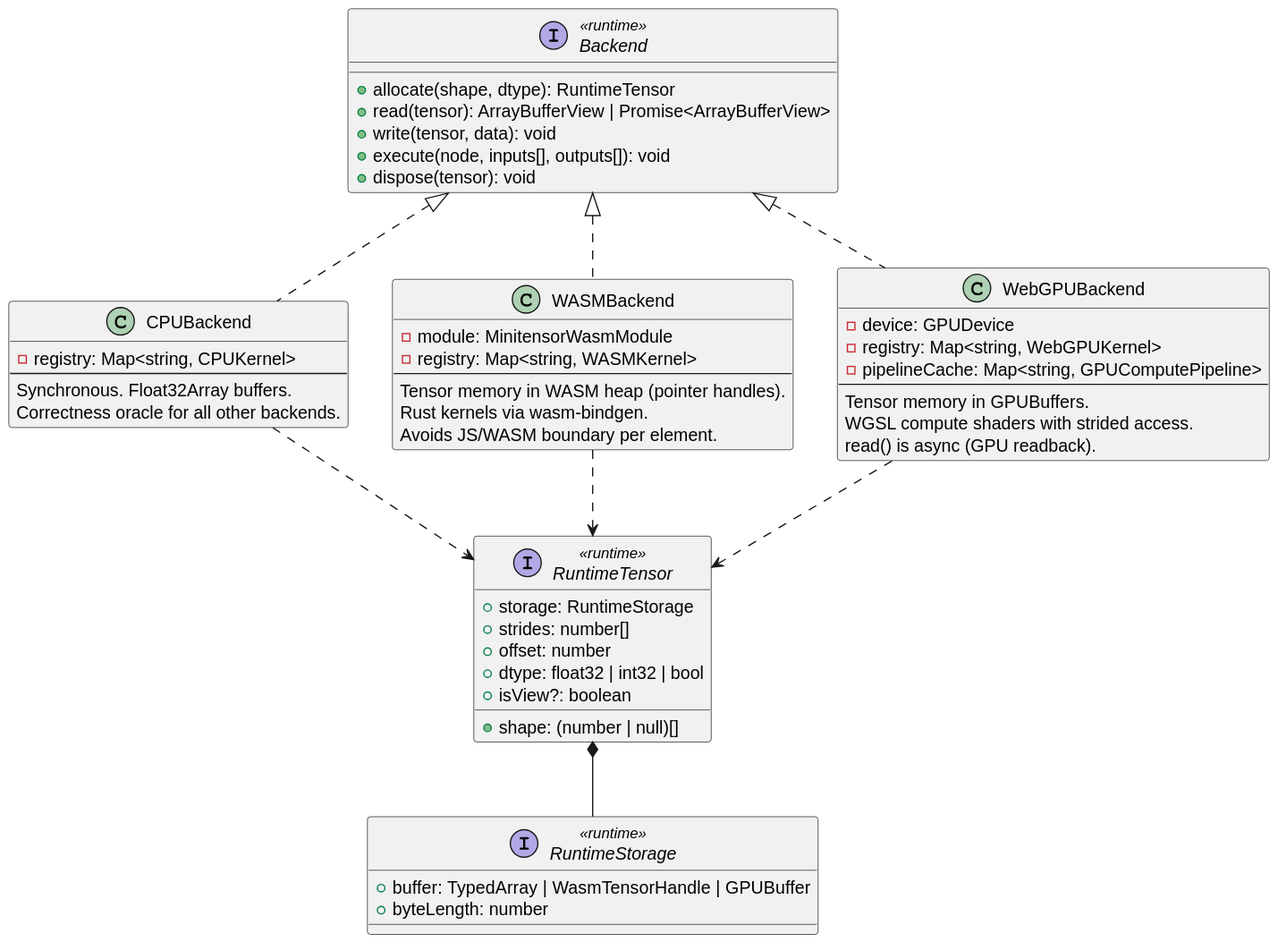
Earlier version of the PlantUML export docs/diagrams/backend-internals.svg (hongjiaherng/webtensor).
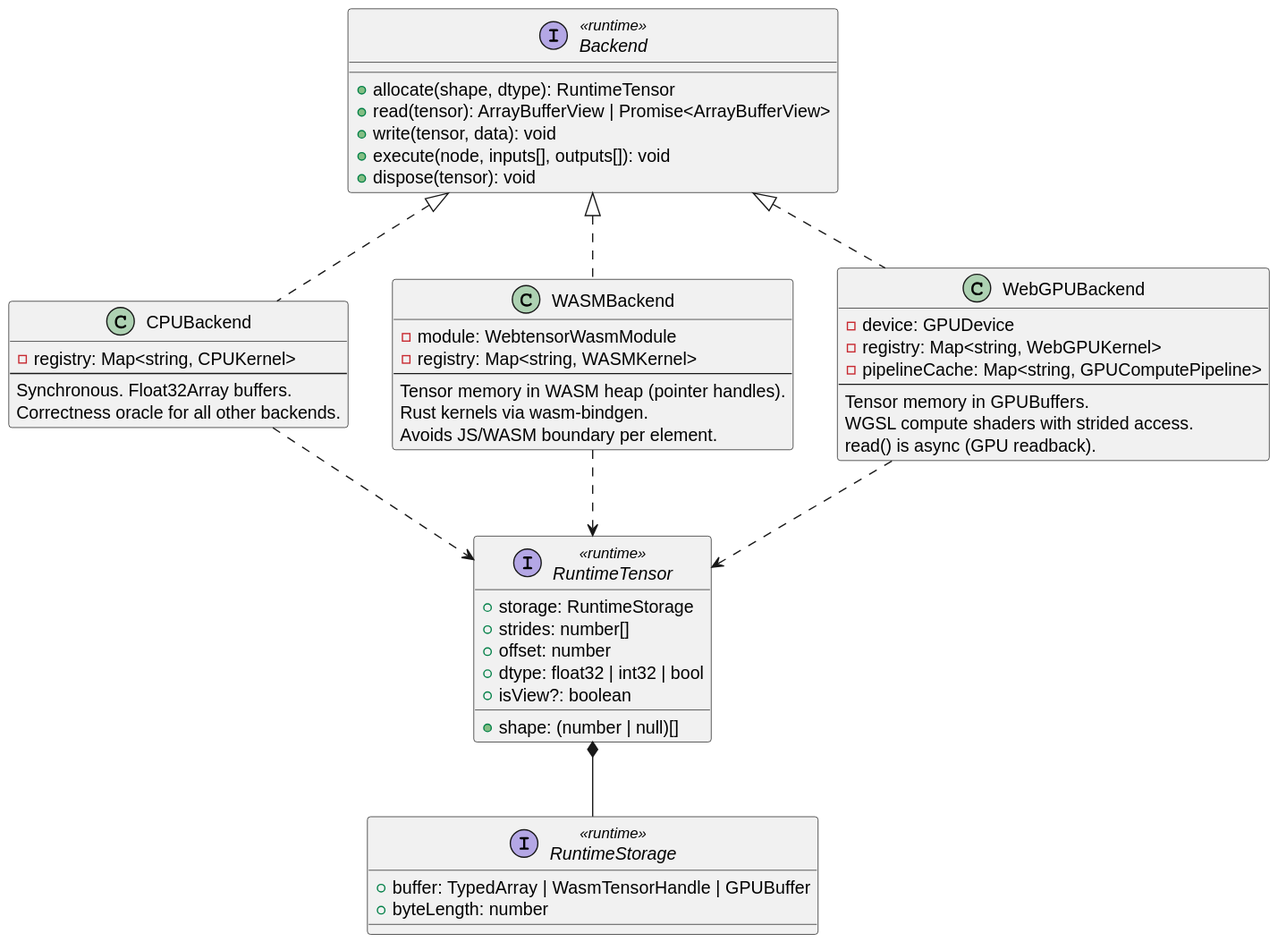
Above is the later version.

The edit, as a diff of the source:
```diff
@@ -29,7 +29,7 @@
 }
 
 class WASMBackend {
-  - module: MinitensorWasmModule
+  - module: WebtensorWasmModule
   - registry: Map<string, WASMKernel>
   --
   Tensor memory in WASM heap (pointer handles).
```
